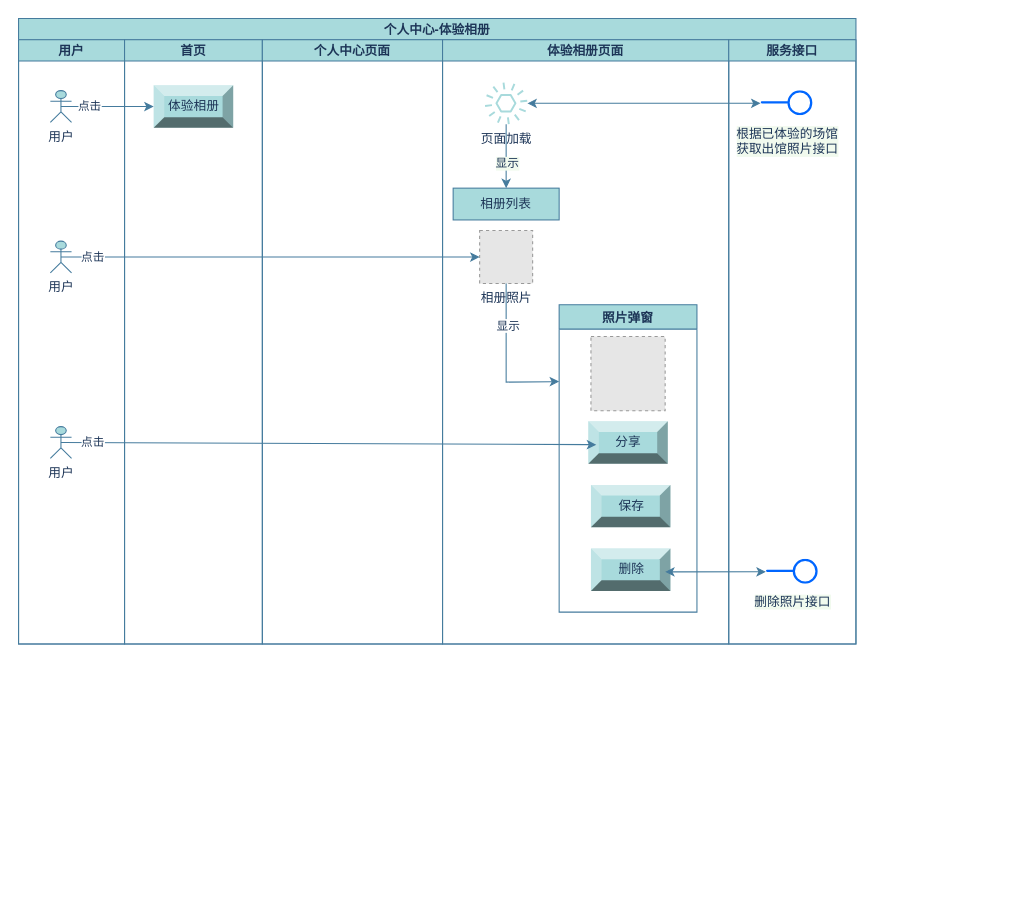
This is page "入馆" (7 of 9) of Untitled Diagram.drawio from LXX1029/process, a draw.io file, before an edit. Source tidied: cells renumbered, new cells numbered last; positions are measured from the earlier drawing's top-left corner, leaving out a move shared by most shapes. Both pictures are drawn from the tidied source at 106%, with x=0, y=0 at pixel (18, 18). Pictures stored in the file or linked from it are replaced by grey dashed boxes.
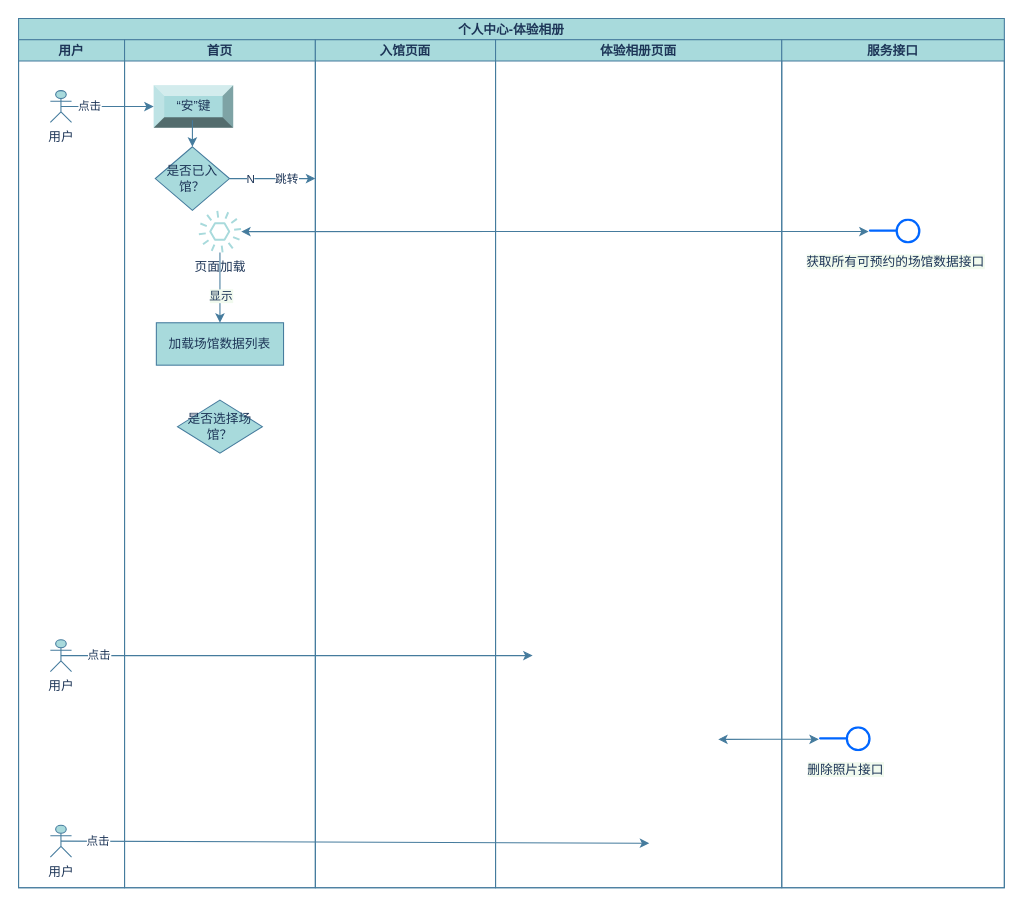
The same diagram, later.

Diff of the diagram source:
```diff
@@
     <mxCell id="2" value="个人中心-体验相册" style="swimlane;startSize=20;fillColor=#A8DADC;strokeColor=#457B9D;fontColor=#1D3557;" parent="1" vertex="1">
-      <mxGeometry width="790" height="590" as="geometry" />
+      <mxGeometry width="930" height="820" as="geometry" />
     </mxCell>
     <mxCell id="3" value="用户" style="swimlane;startSize=20;fillColor=#A8DADC;strokeColor=#457B9D;fontColor=#1D3557;" parent="2" vertex="1">
-      <mxGeometry y="20" width="100" height="570" as="geometry" />
+      <mxGeometry y="20" width="100" height="800" as="geometry" />
     </mxCell>
@@
     <mxCell id="5" value="用户" style="shape=umlActor;verticalLabelPosition=bottom;verticalAlign=top;html=1;outlineConnect=0;rounded=0;sketch=0;fontColor=#1D3557;strokeColor=#457B9D;fillColor=#A8DADC;" parent="3" vertex="1">
-      <mxGeometry x="30" y="190" width="20" height="30" as="geometry" />
+      <mxGeometry x="30" y="566" width="20" height="30" as="geometry" />
     </mxCell>
     <mxCell id="6" value="用户" style="shape=umlActor;verticalLabelPosition=bottom;verticalAlign=top;html=1;outlineConnect=0;rounded=0;sketch=0;fontColor=#1D3557;strokeColor=#457B9D;fillColor=#A8DADC;" parent="3" vertex="1">
-      <mxGeometry x="30" y="365" width="20" height="30" as="geometry" />
+      <mxGeometry x="30" y="741" width="20" height="30" as="geometry" />
     </mxCell>
     <mxCell id="7" value="首页" style="swimlane;startSize=20;fillColor=#A8DADC;strokeColor=#457B9D;fontColor=#1D3557;" parent="2" vertex="1">
-      <mxGeometry x="100" y="20" width="130" height="570" as="geometry" />
+      <mxGeometry x="100" y="20" width="180" height="800" as="geometry" />
     </mxCell>
-    <mxCell id="8" value="体验相册" style="labelPosition=center;verticalLabelPosition=middle;align=center;html=1;shape=mxgraph.basic.shaded_button;dx=10;fillColor=#A8DADC;strokeColor=none;rounded=0;sketch=0;fontColor=#1D3557;" parent="7" vertex="1">
+    <mxCell id="8" value="“安”键" style="labelPosition=center;verticalLabelPosition=middle;align=center;html=1;shape=mxgraph.basic.shaded_button;dx=10;fillColor=#A8DADC;strokeColor=none;rounded=0;sketch=0;fontColor=#1D3557;" parent="7" vertex="1">
       <mxGeometry x="27.5" y="43" width="75" height="40" as="geometry" />
     </mxCell>
+    <mxCell id="34" value="是否已入馆？" style="rhombus;whiteSpace=wrap;html=1;rounded=0;sketch=0;fontColor=#1D3557;strokeColor=#457B9D;fillColor=#A8DADC;" parent="7" vertex="1">
+      <mxGeometry x="29" y="101" width="70" height="60" as="geometry" />
+    </mxCell>
+    <mxCell id="35" style="endArrow=classic;html=1;rounded=0;sketch=0;fontColor=#1D3557;strokeColor=#457B9D;fillColor=#A8DADC;exitX=0.487;exitY=0.825;exitDx=0;exitDy=0;exitPerimeter=0;entryX=0.5;entryY=0;entryDx=0;entryDy=0;" parent="7" edge="1" source="8" target="34">
+      <mxGeometry relative="1" as="geometry" />
+    </mxCell>
+    <mxCell id="36" value="加载场馆数据列表" style="rounded=0;whiteSpace=wrap;html=1;sketch=0;fontColor=#1D3557;strokeColor=#457B9D;fillColor=#A8DADC;" parent="7" vertex="1">
+      <mxGeometry x="30" y="267" width="120" height="40" as="geometry" />
+    </mxCell>
+    <mxCell id="12" value="页面加载" style="sketch=0;outlineConnect=0;fontColor=#1D3557;fillColor=#A8DADC;strokeColor=none;dashed=0;verticalLabelPosition=bottom;verticalAlign=top;align=center;html=1;fontSize=12;fontStyle=0;shape=mxgraph.aws4.event;rounded=0;" parent="7" vertex="1">
+      <mxGeometry x="70" y="161" width="40" height="40" as="geometry" />
+    </mxCell>
+    <mxCell id="14" style="endArrow=classic;html=1;rounded=1;sketch=0;fontColor=#1D3557;strokeColor=#457B9D;fillColor=#A8DADC;curved=0;labelBackgroundColor=#F1FAEE;entryX=0.5;entryY=0;entryDx=0;entryDy=0;" parent="7" edge="1" source="12" target="36">
+      <mxGeometry relative="1" as="geometry" />
+    </mxCell>
+    <mxCell id="15" value="显示" style="edgeLabel;html=1;align=center;verticalAlign=middle;fontColor=#1D3557;labelBackgroundColor=#F1FAEE;" parent="14" vertex="1">
+      <mxGeometry x="0.36" relative="1" as="geometry">
+        <mxPoint y="-4" as="offset" />
+      </mxGeometry>
+    </mxCell>
+    <mxCell id="37" value="是否选择场馆？" style="rhombus;whiteSpace=wrap;html=1;rounded=0;sketch=0;fontColor=#1D3557;strokeColor=#457B9D;fillColor=#A8DADC;" parent="7" vertex="1">
+      <mxGeometry x="50" y="340" width="80" height="50" as="geometry" />
+    </mxCell>
-    <mxCell id="9" value="个人中心页面" style="swimlane;startSize=20;fillColor=#A8DADC;strokeColor=#457B9D;fontColor=#1D3557;" parent="2" vertex="1">
-      <mxGeometry x="230" y="20" width="170" height="570" as="geometry" />
+    <mxCell id="9" value="入馆页面" style="swimlane;startSize=20;fillColor=#A8DADC;strokeColor=#457B9D;fontColor=#1D3557;" parent="2" vertex="1">
+      <mxGeometry x="280" y="20" width="170" height="800" as="geometry" />
     </mxCell>
     <mxCell id="10" value="体验相册页面" style="swimlane;startSize=20;fillColor=#A8DADC;strokeColor=#457B9D;fontColor=#1D3557;" parent="2" vertex="1">
-      <mxGeometry x="400" y="20" width="270" height="570" as="geometry" />
+      <mxGeometry x="450" y="20" width="270" height="800" as="geometry" />
     </mxCell>
-    <mxCell id="11" value="相册照片" style="fillColor=#E6E6E6;strokeColor=#999999;dashed=1;html=1;verticalAlign=top;verticalLabelPosition=bottom;labelBackgroundColor=#ffffff;fontColor=#1D3557;" parent="10" vertex="1">
-      <mxGeometry x="35" y="180" width="50" height="50" as="geometry" />
-    </mxCell>
-    <mxCell id="12" value="页面加载" style="sketch=0;outlineConnect=0;fontColor=#1D3557;fillColor=#A8DADC;strokeColor=none;dashed=0;verticalLabelPosition=bottom;verticalAlign=top;align=center;html=1;fontSize=12;fontStyle=0;shape=mxgraph.aws4.event;rounded=0;" parent="10" vertex="1">
-      <mxGeometry x="40" y="40" width="40" height="40" as="geometry" />
-    </mxCell>
-    <mxCell id="13" value="相册列表" style="rounded=0;whiteSpace=wrap;html=1;sketch=0;fontColor=#1D3557;strokeColor=#457B9D;fillColor=#A8DADC;" parent="10" vertex="1">
-      <mxGeometry x="10" y="140" width="100" height="30" as="geometry" />
-    </mxCell>
-    <mxCell id="14" style="endArrow=classic;html=1;rounded=1;sketch=0;fontColor=#1D3557;strokeColor=#457B9D;fillColor=#A8DADC;curved=0;labelBackgroundColor=#F1FAEE;" parent="10" edge="1" source="12" target="13">
-      <mxGeometry relative="1" as="geometry" />
-    </mxCell>
-    <mxCell id="15" value="显示" style="edgeLabel;html=1;align=center;verticalAlign=middle;fontColor=#1D3557;labelBackgroundColor=#F1FAEE;" parent="14" vertex="1">
-      <mxGeometry x="0.36" relative="1" as="geometry">
-        <mxPoint y="-4" as="offset" />
-      </mxGeometry>
-    </mxCell>
-    <mxCell id="16" value="照片弹窗" style="swimlane;rounded=0;sketch=0;fontColor=#1D3557;strokeColor=#457B9D;fillColor=#A8DADC;" parent="10" vertex="1">
-      <mxGeometry x="110" y="250" width="130" height="290" as="geometry" />
-    </mxCell>
-    <mxCell id="17" style="fillColor=#E6E6E6;strokeColor=#999999;dashed=1;html=1;verticalAlign=top;verticalLabelPosition=bottom;labelBackgroundColor=#ffffff;fontColor=#1D3557;" parent="16" vertex="1">
-      <mxGeometry x="30" y="30" width="70" height="70" as="geometry" />
-    </mxCell>
-    <mxCell id="18" value="分享" style="labelPosition=center;verticalLabelPosition=middle;align=center;html=1;shape=mxgraph.basic.shaded_button;dx=10;fillColor=#A8DADC;strokeColor=none;rounded=0;sketch=0;fontColor=#1D3557;" parent="16" vertex="1">
-      <mxGeometry x="27.5" y="110" width="75" height="40" as="geometry" />
-    </mxCell>
-    <mxCell id="19" value="保存" style="labelPosition=center;verticalLabelPosition=middle;align=center;html=1;shape=mxgraph.basic.shaded_button;dx=10;fillColor=#A8DADC;strokeColor=none;rounded=0;sketch=0;fontColor=#1D3557;" parent="16" vertex="1">
-      <mxGeometry x="30" y="170" width="75" height="40" as="geometry" />
-    </mxCell>
-    <mxCell id="20" value="删除" style="labelPosition=center;verticalLabelPosition=middle;align=center;html=1;shape=mxgraph.basic.shaded_button;dx=10;fillColor=#A8DADC;strokeColor=none;rounded=0;sketch=0;fontColor=#1D3557;" parent="16" vertex="1">
-      <mxGeometry x="30" y="230" width="75" height="40" as="geometry" />
-    </mxCell>
-    <mxCell id="21" style="endArrow=classic;html=1;rounded=0;sketch=0;fontColor=#1D3557;strokeColor=#457B9D;fillColor=#A8DADC;entryX=0;entryY=0.25;entryDx=0;entryDy=0;" parent="10" edge="1" source="11" target="16">
-      <mxGeometry relative="1" as="geometry">
-        <Array as="points">
-          <mxPoint x="60" y="323" />
-        </Array>
-      </mxGeometry>
-    </mxCell>
-    <mxCell id="22" value="显示" style="edgeLabel;html=1;align=center;verticalAlign=middle;fontColor=#1D3557;" parent="21" vertex="1">
-      <mxGeometry x="-0.46" y="1" relative="1" as="geometry" />
-    </mxCell>
@@
     <mxCell id="25" value="服务接口" style="swimlane;rounded=0;sketch=0;fontColor=#1D3557;strokeColor=#457B9D;fillColor=#A8DADC;startSize=20;" parent="2" vertex="1">
-      <mxGeometry x="670" y="20" width="120" height="570" as="geometry" />
+      <mxGeometry x="720" y="20" width="210" height="800" as="geometry" />
     </mxCell>
-    <mxCell id="26" value="根据已体验的场馆&lt;br&gt;获取出馆照片接口" style="perimeter=ellipsePerimeter;html=1;align=center;shadow=0;dashed=0;spacingTop=3;image;image=img/lib/active_directory/interface.svg;rounded=0;sketch=0;fontColor=#1D3557;strokeColor=#457B9D;fillColor=#A8DADC;labelBackgroundColor=#F1FAEE;" parent="25" vertex="1">
-      <mxGeometry x="30" y="48.2" width="50" height="23.5" as="geometry" />
+    <mxCell id="26" value="获取所有可预约的场馆数据接口" style="perimeter=ellipsePerimeter;html=1;align=center;shadow=0;dashed=0;spacingTop=3;image;image=img/lib/active_directory/interface.svg;rounded=0;sketch=0;fontColor=#1D3557;strokeColor=#457B9D;fillColor=#A8DADC;labelBackgroundColor=#F1FAEE;" parent="25" vertex="1">
+      <mxGeometry x="82" y="169.2" width="50" height="23.5" as="geometry" />
     </mxCell>
     <mxCell id="27" value="删除照片接口" style="perimeter=ellipsePerimeter;html=1;align=center;shadow=0;dashed=0;spacingTop=3;image;image=img/lib/active_directory/interface.svg;rounded=0;sketch=0;fontColor=#1D3557;strokeColor=#457B9D;fillColor=#A8DADC;labelBackgroundColor=#F1FAEE;" parent="25" vertex="1">
-      <mxGeometry x="35" y="490.2" width="50" height="23.5" as="geometry" />
+      <mxGeometry x="35" y="648.2" width="50" height="23.5" as="geometry" />
     </mxCell>
@@
-    <mxCell id="29" style="endArrow=classic;html=1;rounded=1;sketch=0;fontColor=#1D3557;strokeColor=#457B9D;fillColor=#A8DADC;curved=0;exitX=0.5;exitY=0.5;exitDx=0;exitDy=0;exitPerimeter=0;entryX=0;entryY=0.5;entryDx=0;entryDy=0;labelBackgroundColor=#F1FAEE;" parent="2" edge="1" source="5" target="11">
-      <mxGeometry relative="1" as="geometry" />
+    <mxCell id="29" style="endArrow=classic;html=1;rounded=1;sketch=0;fontColor=#1D3557;strokeColor=#457B9D;fillColor=#A8DADC;curved=0;exitX=0.5;exitY=0.5;exitDx=0;exitDy=0;exitPerimeter=0;entryX=0;entryY=0.5;entryDx=0;entryDy=0;labelBackgroundColor=#F1FAEE;" parent="2" edge="1" source="5">
+      <mxGeometry relative="1" as="geometry">
+        <mxPoint x="485" y="601" as="targetPoint" />
+      </mxGeometry>
     </mxCell>
@@
-    <mxCell id="31" style="endArrow=classic;html=1;rounded=1;sketch=0;fontColor=#1D3557;strokeColor=#457B9D;fillColor=#A8DADC;curved=0;exitX=0.5;exitY=0.5;exitDx=0;exitDy=0;exitPerimeter=0;entryX=0.1;entryY=0.55;entryDx=0;entryDy=0;labelBackgroundColor=#F1FAEE;entryPerimeter=0;" parent="2" edge="1" source="6" target="18">
-      <mxGeometry relative="1" as="geometry" />
+    <mxCell id="31" style="endArrow=classic;html=1;rounded=1;sketch=0;fontColor=#1D3557;strokeColor=#457B9D;fillColor=#A8DADC;curved=0;exitX=0.5;exitY=0.5;exitDx=0;exitDy=0;exitPerimeter=0;entryX=0.1;entryY=0.55;entryDx=0;entryDy=0;labelBackgroundColor=#F1FAEE;entryPerimeter=0;" parent="2" edge="1" source="6">
+      <mxGeometry relative="1" as="geometry">
+        <mxPoint x="595" y="778" as="targetPoint" />
+      </mxGeometry>
     </mxCell>
@@
-    <mxCell id="33" style="endArrow=classic;startArrow=classic;html=1;rounded=0;sketch=0;fontColor=#1D3557;strokeColor=#457B9D;fillColor=#A8DADC;exitX=0.933;exitY=0.55;exitDx=0;exitDy=0;exitPerimeter=0;entryX=0;entryY=0.5;entryDx=0;entryDy=0;" parent="2" edge="1" source="20" target="27">
-      <mxGeometry relative="1" as="geometry" />
+    <mxCell id="33" style="endArrow=classic;startArrow=classic;html=1;rounded=0;sketch=0;fontColor=#1D3557;strokeColor=#457B9D;fillColor=#A8DADC;exitX=0.933;exitY=0.55;exitDx=0;exitDy=0;exitPerimeter=0;entryX=0;entryY=0.5;entryDx=0;entryDy=0;" parent="2" edge="1" target="27">
+      <mxGeometry relative="1" as="geometry">
+        <mxPoint x="660" y="680" as="sourcePoint" />
+      </mxGeometry>
     </mxCell>
+    <mxCell id="38" style="endArrow=classic;html=1;rounded=0;sketch=0;fontColor=#1D3557;strokeColor=#457B9D;fillColor=#A8DADC;exitX=1;exitY=0.5;exitDx=0;exitDy=0;" parent="1" edge="1" source="34">
+      <mxGeometry relative="1" as="geometry">
+        <mxPoint x="280" y="151" as="targetPoint" />
+      </mxGeometry>
+    </mxCell>
+    <mxCell id="39" value="N" style="edgeLabel;html=1;align=center;verticalAlign=middle;fontColor=#1D3557;" parent="38" vertex="1">
+      <mxGeometry x="-0.41" relative="1" as="geometry">
+        <mxPoint x="-5" as="offset" />
+      </mxGeometry>
+    </mxCell>
+    <mxCell id="40" value="跳转" style="edgeLabel;html=1;align=center;verticalAlign=middle;fontColor=#1D3557;" parent="38" vertex="1">
+      <mxGeometry x="0.31" relative="1" as="geometry" />
+    </mxCell>
```
